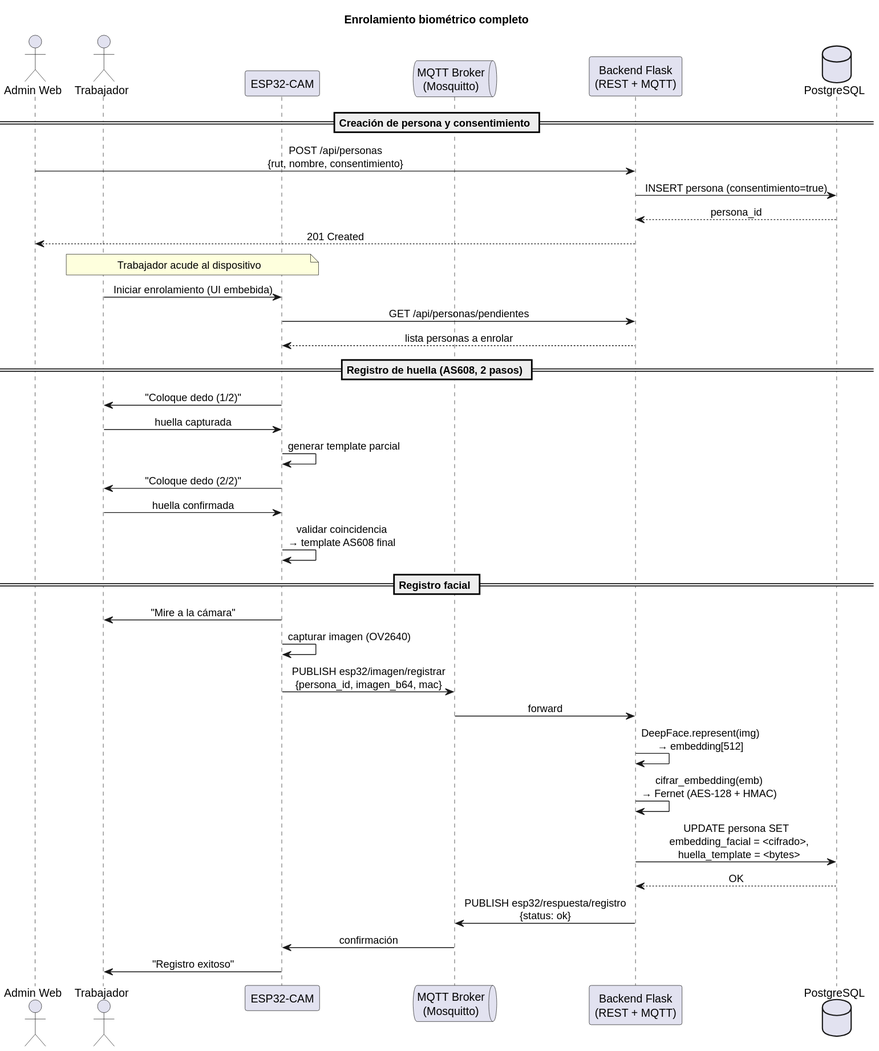
This is Informe/diagrams/flujo_enrolamiento_biometrico.svg from BorgTb/AsistenciaBackendFinal, a PlantUML export, as it was before one commit.
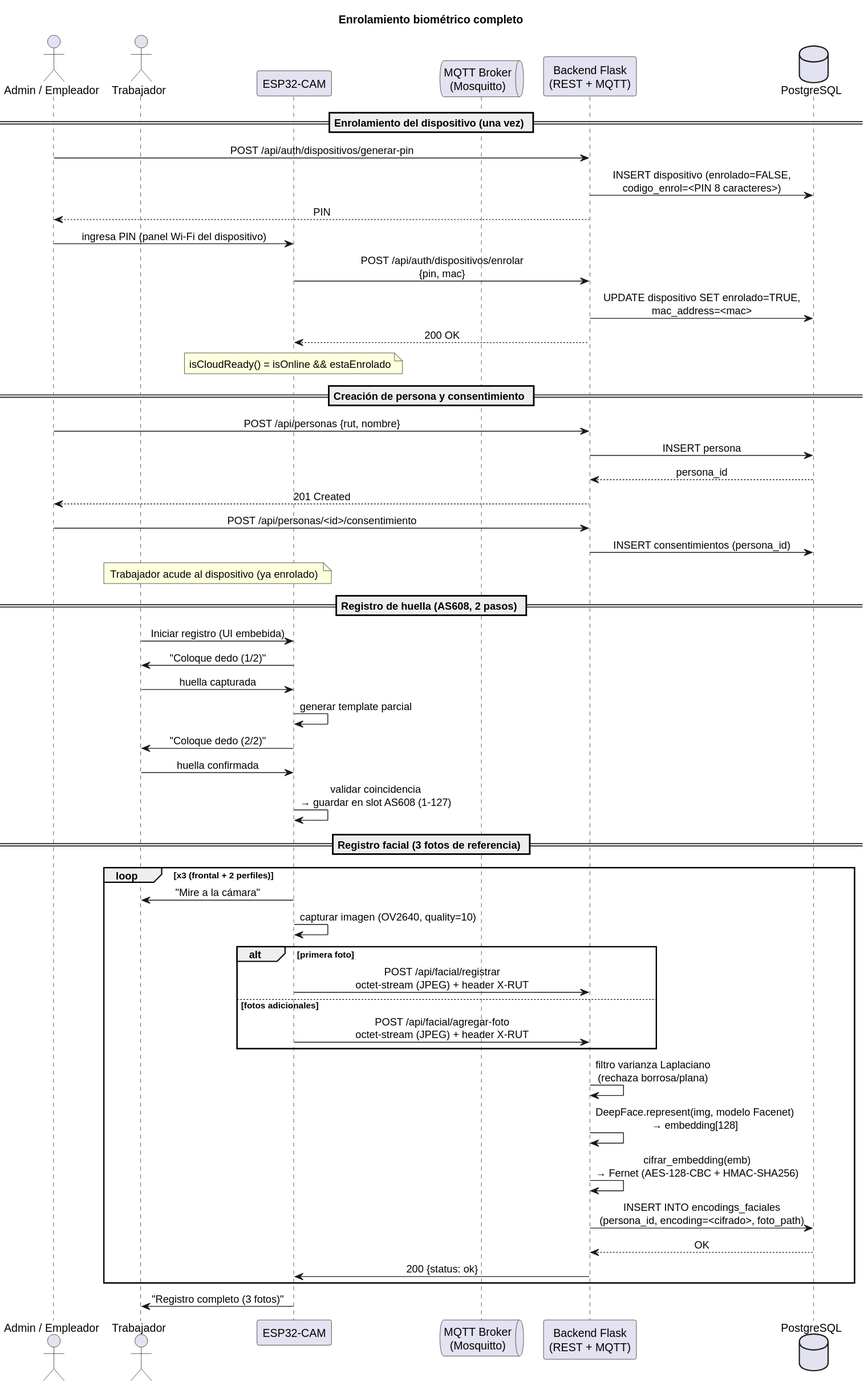
After the commit.

Change to the diagram source:
```diff
@@ -6,43 +6,57 @@
 skinparam ParticipantPadding 15
 skinparam BoxPadding 10
 
-actor "Admin Web" as Admin
+actor "Admin / Empleador" as Admin
 actor "Trabajador" as Worker
 participant "ESP32-CAM" as ESP32
 queue "MQTT Broker\n(Mosquitto)" as MQTT
 participant "Backend Flask\n(REST + MQTT)" as Backend
 database "PostgreSQL" as DB
 
+== Enrolamiento del dispositivo (una vez) ==
+Admin -> Backend : POST /api/auth/dispositivos/generar-pin
+Backend -> DB : INSERT dispositivo (enrolado=FALSE,\ncodigo_enrol=<PIN 8 caracteres>)
+Backend --> Admin : PIN
+Admin -> ESP32 : ingresa PIN (panel Wi-Fi del dispositivo)
+ESP32 -> Backend : POST /api/auth/dispositivos/enrolar\n{pin, mac}
+Backend -> DB : UPDATE dispositivo SET enrolado=TRUE,\nmac_address=<mac>
+Backend --> ESP32 : 200 OK
+note over ESP32 : isCloudReady() = isOnline && estaEnrolado
+
 == Creación de persona y consentimiento ==
-Admin -> Backend : POST /api/personas\n{rut, nombre, consentimiento}
-Backend -> DB : INSERT persona (consentimiento=true)
+Admin -> Backend : POST /api/personas {rut, nombre}
+Backend -> DB : INSERT persona
 DB --> Backend : persona_id
 Backend --> Admin : 201 Created
+Admin -> Backend : POST /api/personas/<id>/consentimiento
+Backend -> DB : INSERT consentimientos (persona_id)
 
-note over Worker, ESP32 : Trabajador acude al dispositivo
-
-Worker -> ESP32 : Iniciar enrolamiento (UI embebida)
-ESP32 -> Backend : GET /api/personas/pendientes
-Backend --> ESP32 : lista personas a enrolar
+note over Worker, ESP32 : Trabajador acude al dispositivo (ya enrolado)
 
 == Registro de huella (AS608, 2 pasos) ==
+Worker -> ESP32 : Iniciar registro (UI embebida)
 ESP32 -> Worker : "Coloque dedo (1/2)"
 Worker -> ESP32 : huella capturada
 ESP32 -> ESP32 : generar template parcial
 ESP32 -> Worker : "Coloque dedo (2/2)"
 Worker -> ESP32 : huella confirmada
-ESP32 -> ESP32 : validar coincidencia\n→ template AS608 final
+ESP32 -> ESP32 : validar coincidencia\n→ guardar en slot AS608 (1-127)
 
-== Registro facial ==
-ESP32 -> Worker : "Mire a la cámara"
-ESP32 -> ESP32 : capturar imagen (OV2640)
-ESP32 -> MQTT : PUBLISH esp32/imagen/registrar\n{persona_id, imagen_b64, mac}
-MQTT -> Backend : forward
-Backend -> Backend : DeepFace.represent(img)\n→ embedding[512]
-Backend -> Backend : cifrar_embedding(emb)\n→ Fernet (AES-128 + HMAC)
-Backend -> DB : UPDATE persona SET\n  embedding_facial = <cifrado>,\n  huella_template = <bytes>
-DB --> Backend : OK
-Backend -> MQTT : PUBLISH esp32/respuesta/registro\n{status: ok}
-MQTT -> ESP32 : confirmación
-ESP32 -> Worker : "Registro exitoso"
+== Registro facial (3 fotos de referencia) ==
+loop x3 (frontal + 2 perfiles)
+  ESP32 -> Worker : "Mire a la cámara"
+  ESP32 -> ESP32 : capturar imagen (OV2640, quality=10)
+  alt primera foto
+    ESP32 -> Backend : POST /api/facial/registrar\noctet-stream (JPEG) + header X-RUT
+  else fotos adicionales
+    ESP32 -> Backend : POST /api/facial/agregar-foto\noctet-stream (JPEG) + header X-RUT
+  end
+  Backend -> Backend : filtro varianza Laplaciano\n(rechaza borrosa/plana)
+  Backend -> Backend : DeepFace.represent(img, modelo Facenet)\n→ embedding[128]
+  Backend -> Backend : cifrar_embedding(emb)\n→ Fernet (AES-128-CBC + HMAC-SHA256)
+  Backend -> DB : INSERT INTO encodings_faciales\n(persona_id, encoding=<cifrado>, foto_path)
+  DB --> Backend : OK
+  Backend -> ESP32 : 200 {status: ok}
+end
+ESP32 -> Worker : "Registro completo (3 fotos)"
 @enduml
```
